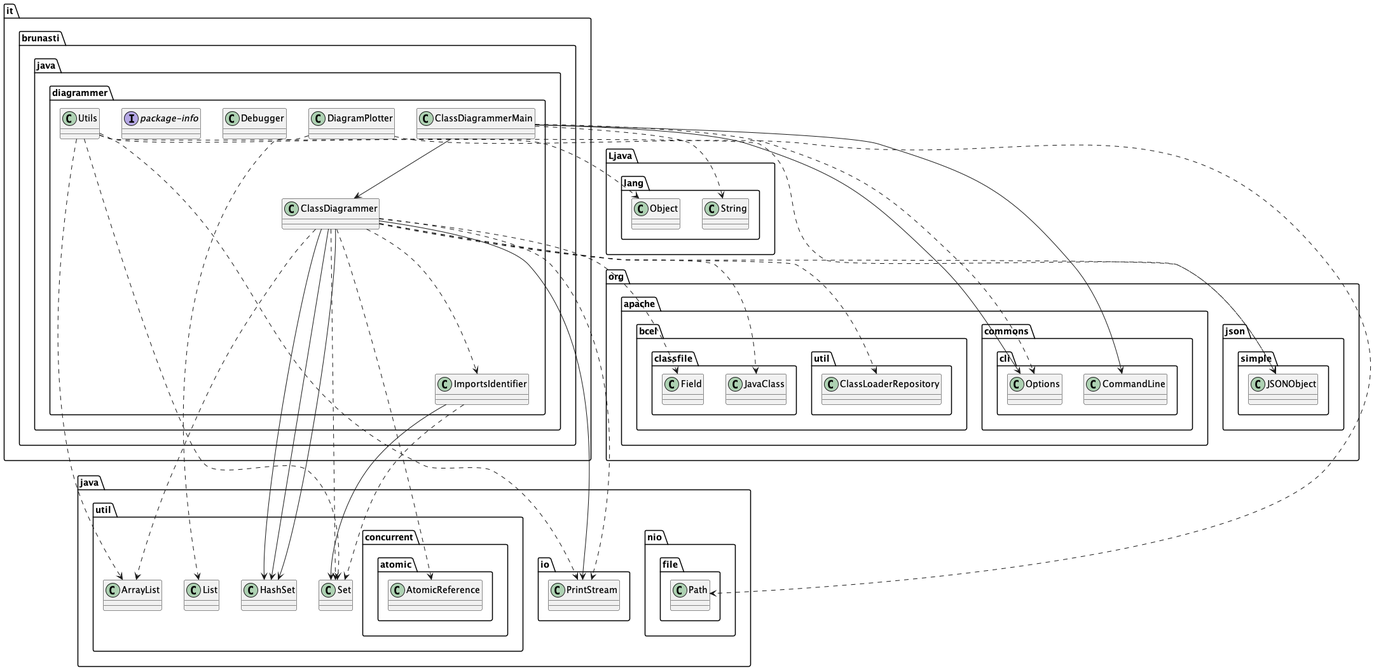
Earlier version of the PlantUML export docs/output.png (brunasti/java-diagrammer).
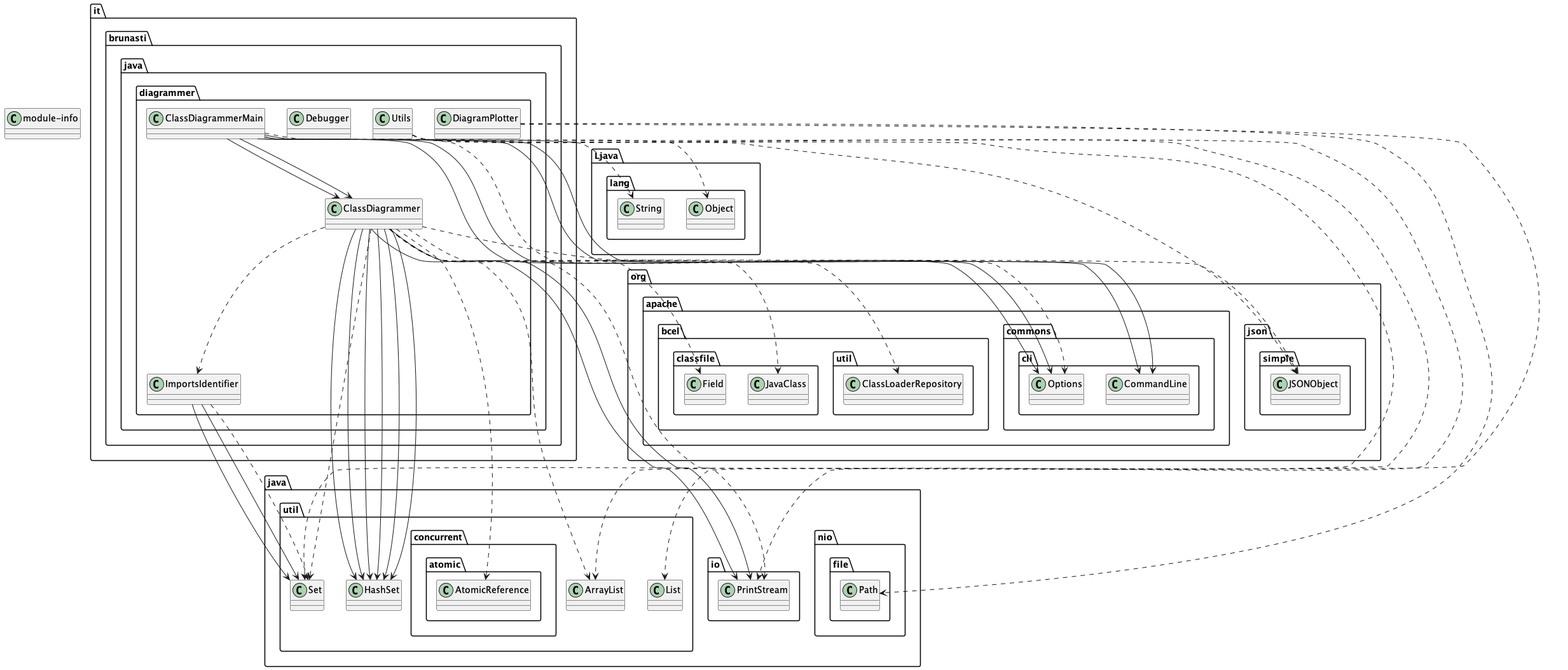
After the commit.

Change to the diagram source:
```diff
@@ -3,9 +3,15 @@
 
 
 
+class it.brunasti.java.diagrammer.ClassDiagrammerMain
+class it.brunasti.java.diagrammer.ImportsIdentifier
+class it.brunasti.java.diagrammer.Debugger
+class it.brunasti.java.diagrammer.Utils
+class module-info
+class it.brunasti.java.diagrammer.ClassDiagrammer
+class it.brunasti.java.diagrammer.DiagramPlotter
 class it.brunasti.java.diagrammer.ClassDiagrammer
 class it.brunasti.java.diagrammer.Utils
-interface it.brunasti.java.diagrammer.package-info
 class it.brunasti.java.diagrammer.Debugger
 class it.brunasti.java.diagrammer.ClassDiagrammerMain
 class it.brunasti.java.diagrammer.ImportsIdentifier
@@ -13,6 +19,14 @@
 
 
 
+it.brunasti.java.diagrammer.ClassDiagrammerMain --> org.apache.commons.cli.CommandLine
+it.brunasti.java.diagrammer.ClassDiagrammerMain --> it.brunasti.java.diagrammer.ClassDiagrammer
+it.brunasti.java.diagrammer.ClassDiagrammerMain --> org.apache.commons.cli.Options
+it.brunasti.java.diagrammer.ImportsIdentifier --> java.util.Set
+it.brunasti.java.diagrammer.ClassDiagrammer --> java.io.PrintStream
+it.brunasti.java.diagrammer.ClassDiagrammer --> java.util.HashSet
+it.brunasti.java.diagrammer.ClassDiagrammer --> java.util.HashSet
+it.brunasti.java.diagrammer.ClassDiagrammer --> java.util.HashSet
 it.brunasti.java.diagrammer.ClassDiagrammer --> java.io.PrintStream
 it.brunasti.java.diagrammer.ClassDiagrammer --> java.util.HashSet
 it.brunasti.java.diagrammer.ClassDiagrammer --> java.util.HashSet
@@ -22,6 +36,14 @@
 it.brunasti.java.diagrammer.ClassDiagrammerMain --> org.apache.commons.cli.Options
 it.brunasti.java.diagrammer.ImportsIdentifier --> java.util.Set
 
+it.brunasti.java.diagrammer.ClassDiagrammerMain ..> Ljava.lang.String
+it.brunasti.java.diagrammer.ClassDiagrammerMain ..> org.apache.commons.cli.Options
+it.brunasti.java.diagrammer.ImportsIdentifier ..> java.util.Set
+it.brunasti.java.diagrammer.Utils ..> Ljava.lang.Object
+it.brunasti.java.diagrammer.Utils ..> java.io.PrintStream
+it.brunasti.java.diagrammer.Utils ..> java.util.ArrayList
+it.brunasti.java.diagrammer.Utils ..> java.util.Set
+it.brunasti.java.diagrammer.Utils ..> org.json.simple.JSONObject
 it.brunasti.java.diagrammer.ClassDiagrammer ..> java.io.PrintStream
 it.brunasti.java.diagrammer.ClassDiagrammer ..> org.json.simple.JSONObject
 it.brunasti.java.diagrammer.ClassDiagrammer ..> java.util.Set
@@ -31,14 +53,6 @@
 it.brunasti.java.diagrammer.ClassDiagrammer ..> org.apache.bcel.util.ClassLoaderRepository
 it.brunasti.java.diagrammer.ClassDiagrammer ..> it.brunasti.java.diagrammer.ImportsIdentifier
 it.brunasti.java.diagrammer.ClassDiagrammer ..> java.util.concurrent.atomic.AtomicReference
-it.brunasti.java.diagrammer.Utils ..> Ljava.lang.Object
-it.brunasti.java.diagrammer.Utils ..> java.io.PrintStream
-it.brunasti.java.diagrammer.Utils ..> java.util.ArrayList
-it.brunasti.java.diagrammer.Utils ..> java.util.Set
-it.brunasti.java.diagrammer.Utils ..> org.json.simple.JSONObject
-it.brunasti.java.diagrammer.ClassDiagrammerMain ..> Ljava.lang.String
-it.brunasti.java.diagrammer.ClassDiagrammerMain ..> org.apache.commons.cli.Options
-it.brunasti.java.diagrammer.ImportsIdentifier ..> java.util.Set
 it.brunasti.java.diagrammer.DiagramPlotter ..> java.util.List
 it.brunasti.java.diagrammer.DiagramPlotter ..> java.nio.file.Path
 
```
